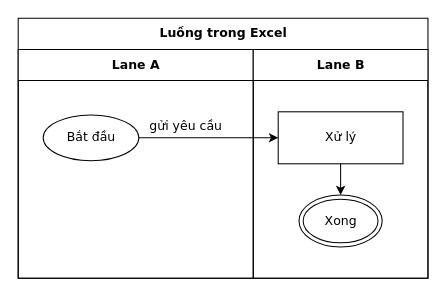
This is conformance/golden/cases/xlsx-03-title-offset.drawio from luytbq/flowcast, a draw.io file, before an edit. Source tidied: cells renumbered, new cells numbered last; positions are measured from the earlier drawing's top-left corner, leaving out a move shared by most shapes. Both pictures are drawn from the tidied source at 104%, with x=0, y=0 at pixel (18, 18).
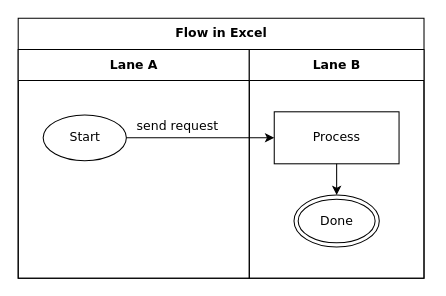
The same diagram, later.

The edit, as a diff of the source:
```diff
@@
 <mxGraphModel>
   <root>
     <mxCell id="0" />
     <mxCell id="1" parent="0" />
-    <mxCell id="2" value="Luồng trong Excel" style="swimlane;html=1;startSize=30;fontStyle=1;fontFamily=Verdana;fontSize=12;flowtable=1;" parent="1" vertex="1">
-      <mxGeometry width="394" height="250" as="geometry" />
+    <mxCell id="2" value="Flow in Excel" style="swimlane;html=1;startSize=30;fontStyle=1;fontFamily=Verdana;fontSize=12;flowtable=1;" parent="1" vertex="1">
+      <mxGeometry width="390.2" height="250" as="geometry" />
     </mxCell>
     <mxCell id="3" value="Lane A" style="swimlane;html=1;startSize=30;fontFamily=Verdana;fontSize=12;flowtable=1;" parent="2" vertex="1">
-      <mxGeometry y="30" width="226" height="220" as="geometry" />
+      <mxGeometry y="30" width="222.2" height="220" as="geometry" />
     </mxCell>
     <mxCell id="4" value="Lane B" style="swimlane;html=1;startSize=30;fontFamily=Verdana;fontSize=12;flowtable=1;" parent="2" vertex="1">
-      <mxGeometry x="226" y="30" width="168" height="220" as="geometry" />
+      <mxGeometry x="222.2" y="30" width="168" height="220" as="geometry" />
     </mxCell>
-    <mxCell id="5" value="Bắt đầu" style="ellipse;html=1;fontFamily=Verdana;fontSize=12;flowtable=1;" parent="3" vertex="1">
-      <mxGeometry x="24" y="63" width="92" height="44" as="geometry" />
+    <mxCell id="5" value="Start" style="ellipse;html=1;fontFamily=Verdana;fontSize=12;flowtable=1;" parent="3" vertex="1">
+      <mxGeometry x="24" y="63" width="80" height="44" as="geometry" />
     </mxCell>
-    <mxCell id="6" value="Xử lý" style="rounded=0;html=1;fontFamily=Verdana;fontSize=12;flowtable=1;" parent="4" vertex="1">
+    <mxCell id="6" value="Process" style="rounded=0;html=1;fontFamily=Verdana;fontSize=12;flowtable=1;" parent="4" vertex="1">
       <mxGeometry x="24" y="60" width="120" height="50" as="geometry" />
     </mxCell>
-    <mxCell id="7" value="Xong" style="shape=doubleEllipse;html=1;fontFamily=Verdana;fontSize=12;flowtable=1;" parent="4" vertex="1">
-      <mxGeometry x="44" y="140" width="80" height="50" as="geometry" />
+    <mxCell id="7" value="Done" style="shape=doubleEllipse;html=1;fontFamily=Verdana;fontSize=12;flowtable=1;" parent="4" vertex="1">
+      <mxGeometry x="43" y="140" width="82" height="50" as="geometry" />
     </mxCell>
-    <mxCell id="8" value="gửi yêu cầu" style="edgeStyle=orthogonalEdgeStyle;rounded=0;jettySize=auto;html=1;labelBackgroundColor=default;exitX=1;exitY=0.5;exitDx=0;exitDy=0;entryX=0;entryY=0.5;entryDx=0;entryDy=0;fontFamily=Verdana;fontSize=12;flowtable=1;" parent="2" edge="1" source="5" target="6">
-      <mxGeometry x="-0.33" relative="1" as="geometry">
+    <mxCell id="8" value="send request" style="edgeStyle=orthogonalEdgeStyle;rounded=0;jettySize=auto;html=1;labelBackgroundColor=default;exitX=1;exitY=0.5;exitDx=0;exitDy=0;entryX=0;entryY=0.5;entryDx=0;entryDy=0;fontFamily=Verdana;fontSize=12;flowtable=1;" parent="2" edge="1" source="5" target="6">
+      <mxGeometry x="-0.31" relative="1" as="geometry">
         <mxPoint y="-11.5" as="offset" />
       </mxGeometry>
     </mxCell>
     <mxCell id="9" style="edgeStyle=orthogonalEdgeStyle;rounded=0;jettySize=auto;html=1;labelBackgroundColor=default;exitX=0.5;exitY=1;exitDx=0;exitDy=0;entryX=0.5;entryY=0;entryDx=0;entryDy=0;fontFamily=Verdana;fontSize=12;flowtable=1;" parent="2" edge="1" source="6" target="7">
       <mxGeometry relative="1" as="geometry" />
     </mxCell>
   </root>
 </mxGraphModel>
```
